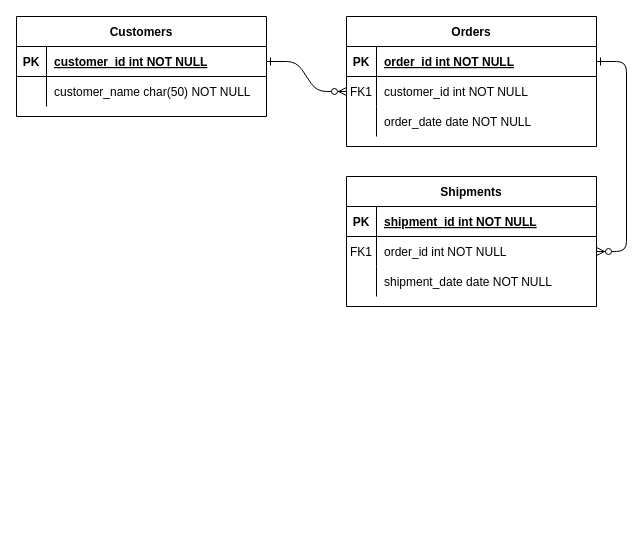
wubaozhou/01_EMXEE_DW keeps this draw.io diagram as MX_whl_仓储物流域001_V1.0.drawio. Above is the earlier version. Source tidied: cells renumbered, new cells numbered last; positions are measured from the earlier drawing's top-left corner, leaving out a move shared by most shapes. Both pictures are drawn from the tidied source at 100%, with x=0, y=0 at pixel (16, 16).
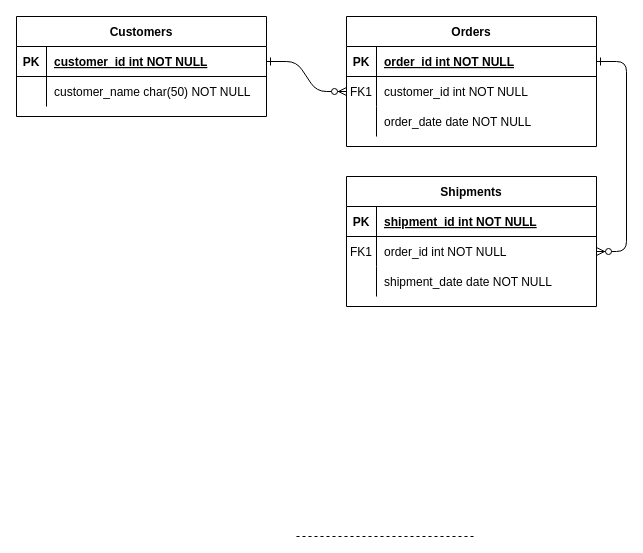
The same page after the edit.

Commit message:
更新MX_whl_仓储物流域001_V1.0.drawio

The edit, as a diff of the source:
```diff
@@
+    <mxCell id="31" style="endArrow=none;html=1;rounded=1;dashed=1;" parent="1" edge="1">
+      <mxGeometry relative="1" as="geometry">
+        <mxPoint x="280" y="520" as="sourcePoint" />
+        <mxPoint x="460" y="520" as="targetPoint" />
+      </mxGeometry>
+    </mxCell>
```
